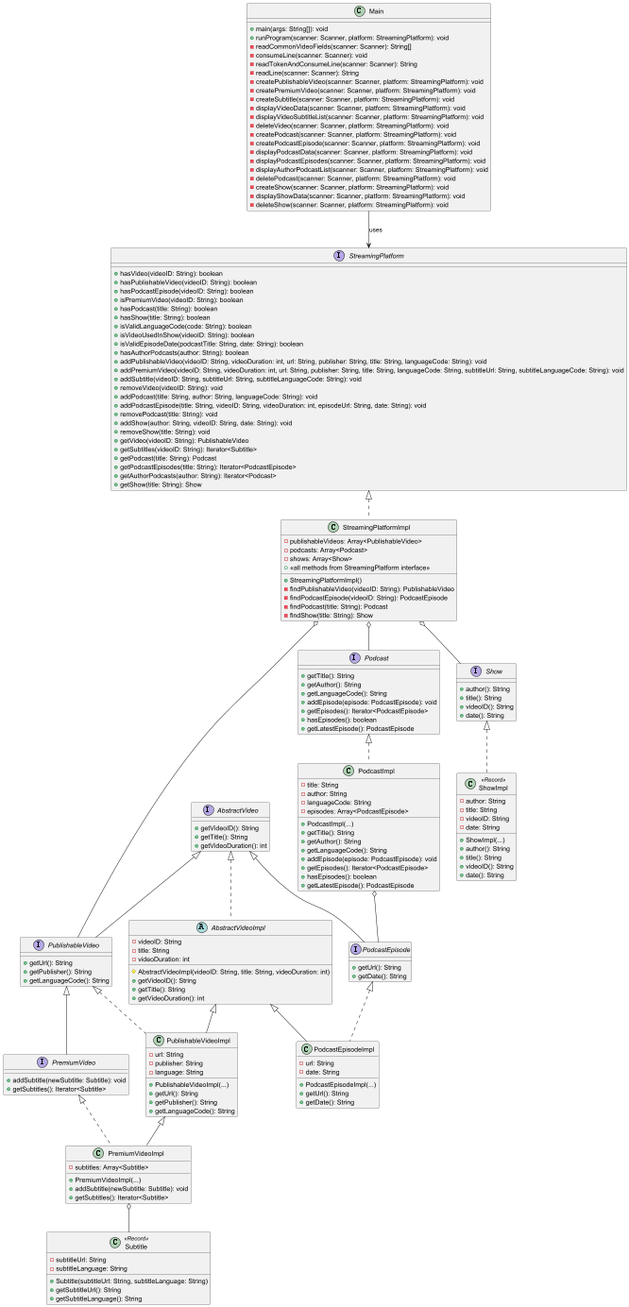
Earlier version of the PlantUML export src/diagram.png (GCFDYT/YouVideo).
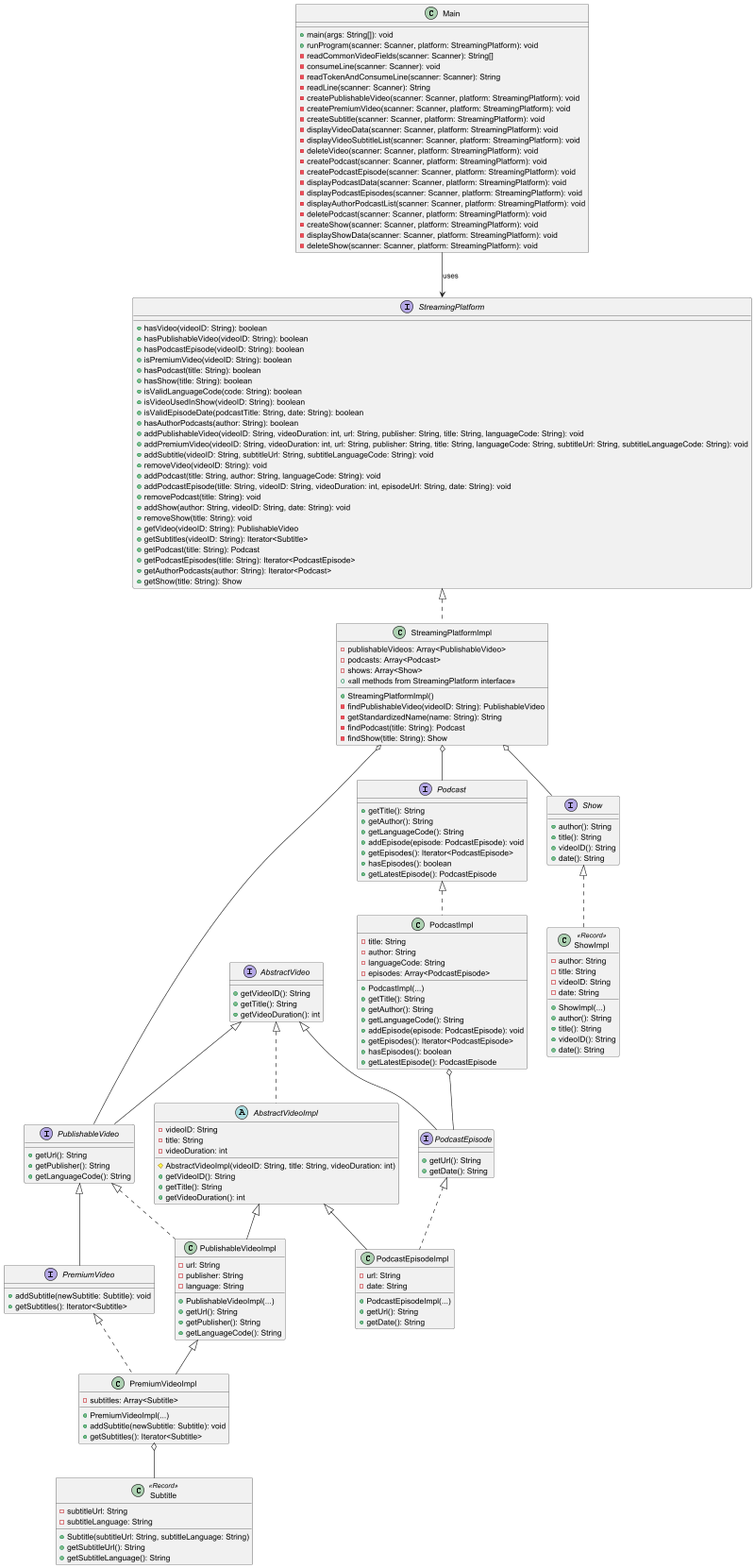
The same file after the commit.

Diff of the diagram source:
```diff
@@ -73,7 +73,7 @@
     - shows: Array<Show>
     + StreamingPlatformImpl()
     - findPublishableVideo(videoID: String): PublishableVideo
-    - findPodcastEpisode(videoID: String): PodcastEpisode
+    - getStandardizedName(name: String): String
     - findPodcast(title: String): Podcast
     - findShow(title: String): Show
     + << all methods from StreamingPlatform interface >>
```
